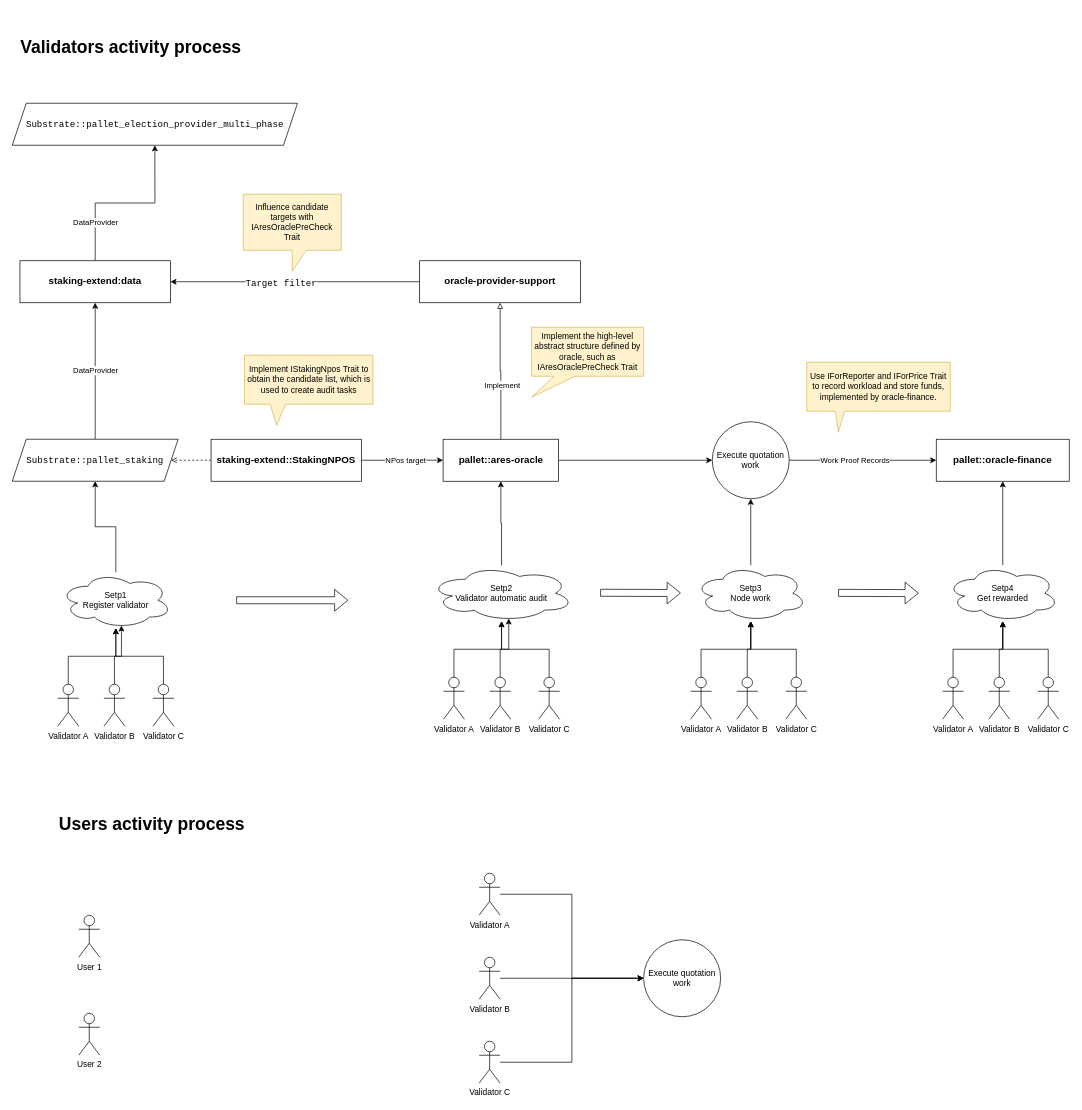
Before: page "选举干预流程" (4 of 4) of Ares-Oracle.drawio in kami1983/umls, a draw.io diagram. Source tidied: cells renumbered, new cells numbered last; positions are measured from the earlier drawing's top-left corner, leaving out a move shared by most shapes. Both pictures are drawn from the tidied source at 70%, with x=0, y=0 at pixel (12, 12).
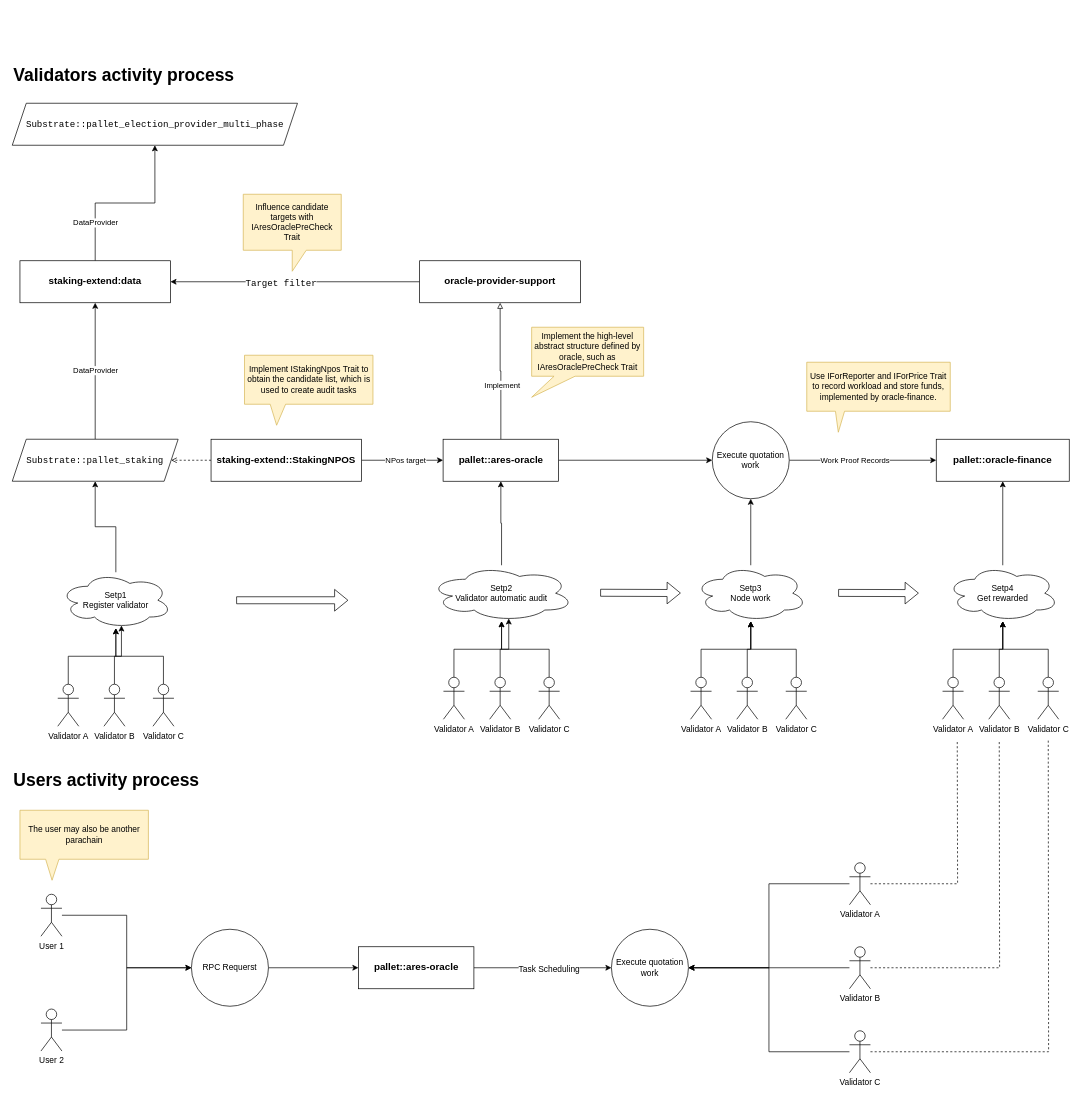
After the change.

The edit, as a diff of the source:
```diff
@@
     <mxCell id="62" value="&lt;h4 style=&quot;color: rgb(0, 0, 0); font-style: normal; font-variant-ligatures: normal; font-variant-caps: normal; letter-spacing: normal; orphans: 2; text-align: center; text-indent: 0px; text-transform: none; widows: 2; word-spacing: 0px; -webkit-text-stroke-width: 0px; text-decoration-thickness: initial; text-decoration-style: initial; text-decoration-color: initial; box-sizing: border-box; position: relative; margin-top: 1em; margin-bottom: 16px; line-height: 1.4; font-size: 25px; font-family: helvetica, arial, freesans, sans-serif; background-color: rgb(255, 255, 255);&quot;&gt;Validators activity process&lt;/h4&gt;" style="text;whiteSpace=wrap;html=1;fontSize=25;" parent="1" vertex="1">
-      <mxGeometry x="10" width="410" height="70" as="geometry" />
+      <mxGeometry y="40" width="410" height="70" as="geometry" />
     </mxCell>
     <mxCell id="63" value="&lt;h4 style=&quot;color: rgb(0, 0, 0); font-style: normal; font-variant-ligatures: normal; font-variant-caps: normal; letter-spacing: normal; orphans: 2; text-align: center; text-indent: 0px; text-transform: none; widows: 2; word-spacing: 0px; -webkit-text-stroke-width: 0px; text-decoration-thickness: initial; text-decoration-style: initial; text-decoration-color: initial; box-sizing: border-box; position: relative; margin-top: 1em; margin-bottom: 16px; line-height: 1.4; font-size: 25px; font-family: helvetica, arial, freesans, sans-serif; background-color: rgb(255, 255, 255);&quot;&gt;Users activity process&lt;/h4&gt;" style="text;whiteSpace=wrap;html=1;fontSize=25;" parent="1" vertex="1">
-      <mxGeometry x="65" y="1110" width="315" height="70" as="geometry" />
+      <mxGeometry y="1048" width="315" height="70" as="geometry" />
     </mxCell>
     <mxCell id="64" value="Execute quotation work" style="ellipse;whiteSpace=wrap;html=1;" parent="1" vertex="1">
-      <mxGeometry x="902" y="1325" width="110" height="110" as="geometry" />
+      <mxGeometry x="856" y="1310" width="110" height="110" as="geometry" />
     </mxCell>
-    <mxCell id="65" style="edgeStyle=orthogonalEdgeStyle;rounded=0;jettySize=auto;html=1;entryX=0;entryY=0.5;entryDx=0;entryDy=0;fontSize=25;" parent="1" edge="1" source="66" target="64">
+    <mxCell id="65" style="edgeStyle=orthogonalEdgeStyle;rounded=0;jettySize=auto;html=1;entryX=1;entryY=0.5;entryDx=0;entryDy=0;fontSize=25;" parent="1" edge="1" source="66" target="64">
       <mxGeometry relative="1" as="geometry" />
     </mxCell>
+    <mxCell id="73" style="edgeStyle=orthogonalEdgeStyle;rounded=0;jettySize=auto;html=1;dashed=1;fontSize=12;endArrow=none;endFill=0;" parent="1" edge="1" source="66">
+      <mxGeometry relative="1" as="geometry">
+        <mxPoint x="1410" y="1040" as="targetPoint" />
+      </mxGeometry>
+    </mxCell>
     <mxCell id="66" value="Validator B" style="shape=umlActor;verticalLabelPosition=bottom;verticalAlign=top;html=1;outlineConnect=0;" parent="1" vertex="1">
-      <mxGeometry x="667" y="1350" width="30" height="60" as="geometry" />
+      <mxGeometry x="1196" y="1335" width="30" height="60" as="geometry" />
     </mxCell>
-    <mxCell id="67" style="edgeStyle=orthogonalEdgeStyle;rounded=0;jettySize=auto;html=1;entryX=0;entryY=0.5;entryDx=0;entryDy=0;fontSize=25;" parent="1" edge="1" source="68" target="64">
+    <mxCell id="67" style="edgeStyle=orthogonalEdgeStyle;rounded=0;jettySize=auto;html=1;entryX=1;entryY=0.5;entryDx=0;entryDy=0;fontSize=25;" parent="1" edge="1" source="68" target="64">
       <mxGeometry relative="1" as="geometry" />
     </mxCell>
+    <mxCell id="74" style="edgeStyle=orthogonalEdgeStyle;rounded=0;jettySize=auto;html=1;fontSize=12;endArrow=none;endFill=0;dashed=1;" parent="1" edge="1" source="68">
+      <mxGeometry relative="1" as="geometry">
+        <mxPoint x="1350" y="1040" as="targetPoint" />
+      </mxGeometry>
+    </mxCell>
     <mxCell id="68" value="Validator A" style="shape=umlActor;verticalLabelPosition=bottom;verticalAlign=top;html=1;outlineConnect=0;" parent="1" vertex="1">
-      <mxGeometry x="667" y="1230" width="30" height="60" as="geometry" />
+      <mxGeometry x="1196" y="1215" width="30" height="60" as="geometry" />
     </mxCell>
-    <mxCell id="69" style="edgeStyle=orthogonalEdgeStyle;rounded=0;jettySize=auto;html=1;entryX=0;entryY=0.5;entryDx=0;entryDy=0;fontSize=25;" parent="1" edge="1" source="70" target="64">
+    <mxCell id="69" style="edgeStyle=orthogonalEdgeStyle;rounded=0;jettySize=auto;html=1;entryX=1;entryY=0.5;entryDx=0;entryDy=0;fontSize=25;" parent="1" edge="1" source="70" target="64">
       <mxGeometry relative="1" as="geometry" />
     </mxCell>
+    <mxCell id="75" style="edgeStyle=orthogonalEdgeStyle;rounded=0;jettySize=auto;html=1;dashed=1;fontSize=12;endArrow=none;endFill=0;" parent="1" edge="1" source="70">
+      <mxGeometry relative="1" as="geometry">
+        <mxPoint x="1480" y="1040" as="targetPoint" />
+      </mxGeometry>
+    </mxCell>
     <mxCell id="70" value="Validator C" style="shape=umlActor;verticalLabelPosition=bottom;verticalAlign=top;html=1;outlineConnect=0;" parent="1" vertex="1">
-      <mxGeometry x="667" y="1470" width="30" height="60" as="geometry" />
+      <mxGeometry x="1196" y="1455" width="30" height="60" as="geometry" />
     </mxCell>
+    <mxCell id="76" style="edgeStyle=orthogonalEdgeStyle;rounded=0;jettySize=auto;html=1;entryX=0;entryY=0.5;entryDx=0;entryDy=0;fontSize=25;" parent="1" edge="1" source="71" target="80">
+      <mxGeometry relative="1" as="geometry" />
+    </mxCell>
     <mxCell id="71" value="User 1" style="shape=umlActor;verticalLabelPosition=bottom;verticalAlign=top;html=1;outlineConnect=0;" parent="1" vertex="1">
-      <mxGeometry x="95" y="1290" width="30" height="60" as="geometry" />
+      <mxGeometry x="41" y="1260" width="30" height="60" as="geometry" />
     </mxCell>
+    <mxCell id="77" style="edgeStyle=orthogonalEdgeStyle;rounded=0;jettySize=auto;html=1;entryX=0;entryY=0.5;entryDx=0;entryDy=0;fontSize=25;" parent="1" edge="1" source="72" target="80">
+      <mxGeometry relative="1" as="geometry" />
+    </mxCell>
     <mxCell id="72" value="User 2" style="shape=umlActor;verticalLabelPosition=bottom;verticalAlign=top;html=1;outlineConnect=0;" parent="1" vertex="1">
-      <mxGeometry x="95" y="1430" width="30" height="60" as="geometry" />
+      <mxGeometry x="41" y="1424" width="30" height="60" as="geometry" />
     </mxCell>
+    <mxCell id="78" value="&lt;div style=&quot;&quot;&gt;&lt;span style=&quot;background-color: initial;&quot;&gt;The user may also be another parachain&lt;/span&gt;&lt;/div&gt;" style="shape=callout;whiteSpace=wrap;html=1;perimeter=calloutPerimeter;base=19;position2=0.25;size=30;position=0.2;fillColor=#fff2cc;strokeColor=#d6b656;align=center;" parent="1" vertex="1">
+      <mxGeometry x="11" y="1140" width="183.5" height="100" as="geometry" />
+    </mxCell>
+    <mxCell id="79" style="edgeStyle=orthogonalEdgeStyle;rounded=0;jettySize=auto;html=1;fontSize=25;" parent="1" edge="1" source="80" target="83">
+      <mxGeometry relative="1" as="geometry" />
+    </mxCell>
+    <mxCell id="80" value="RPC Requerst" style="ellipse;whiteSpace=wrap;html=1;" parent="1" vertex="1">
+      <mxGeometry x="256" y="1310" width="110" height="110" as="geometry" />
+    </mxCell>
+    <mxCell id="81" style="edgeStyle=orthogonalEdgeStyle;rounded=0;jettySize=auto;html=1;entryX=0;entryY=0.5;entryDx=0;entryDy=0;fontSize=25;" parent="1" edge="1" source="83" target="64">
+      <mxGeometry relative="1" as="geometry" />
+    </mxCell>
+    <mxCell id="82" value="Task Scheduling" style="edgeLabel;html=1;align=center;verticalAlign=middle;fontSize=12;" parent="81" vertex="1">
+      <mxGeometry x="0.13" y="-1" relative="1" as="geometry">
+        <mxPoint x="-4" as="offset" />
+      </mxGeometry>
+    </mxCell>
+    <mxCell id="83" value="&lt;h4 style=&quot;box-sizing: border-box ; position: relative ; margin-top: 1em ; margin-bottom: 16px ; line-height: 1.4 ; font-size: 14px ; font-family: &amp;#34;helvetica&amp;#34; , &amp;#34;arial&amp;#34; , &amp;#34;freesans&amp;#34; , sans-serif ; background-color: rgb(255 , 255 , 255)&quot;&gt;pallet::ares-oracle&lt;/h4&gt;" style="rounded=0;whiteSpace=wrap;html=1;" parent="1" vertex="1">
+      <mxGeometry x="494.5" y="1335" width="165" height="60" as="geometry" />
+    </mxCell>
```
